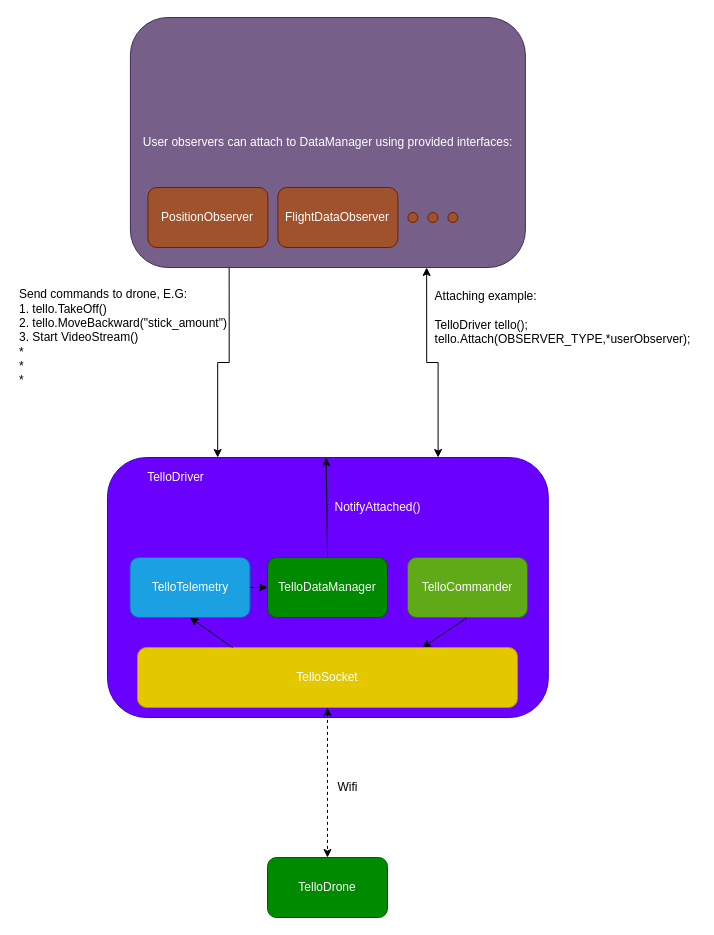
Earlier version of the draw.io diagram page "TelloDriver_USER_relation" (2 of 7) of docs/TelloDriver.drawio (GalBrandwine/tello_driver). Source tidied: cells renumbered, new cells numbered last; positions are measured from the earlier drawing's top-left corner, leaving out a move shared by most shapes. Both pictures are drawn from the tidied source at 100%, with x=0, y=0 at pixel (17, 17).
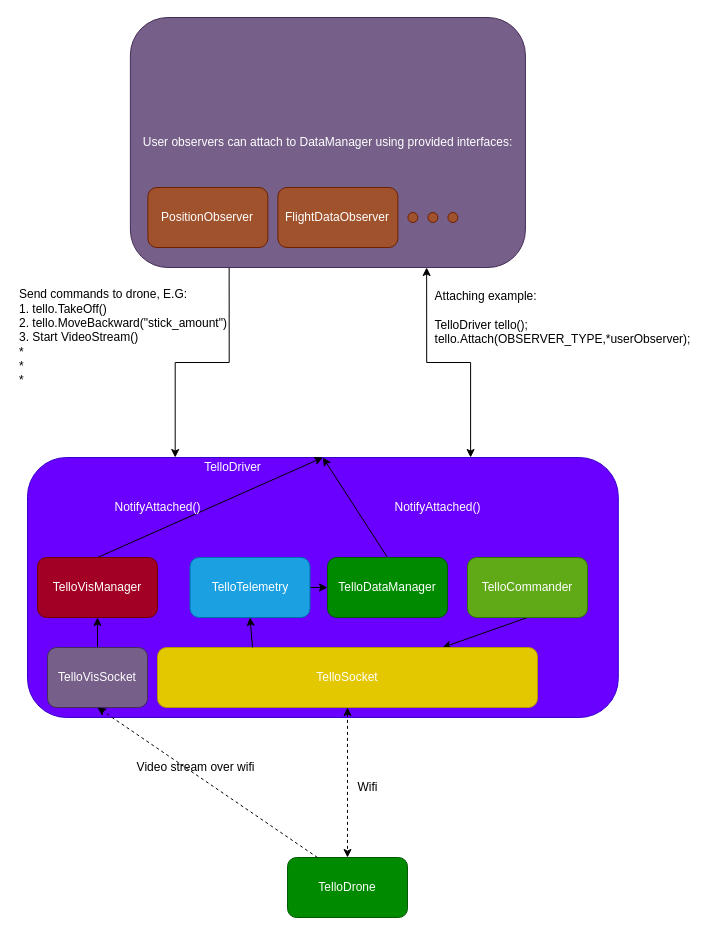
After the change.

The edit, as a diff of the source:
```diff
@@
     <mxCell id="6" style="rounded=1;whiteSpace=wrap;html=1;fillColor=#6a00ff;strokeColor=#3700CC;fontColor=#ffffff;" parent="1" vertex="1">
-      <mxGeometry x="90" y="440" width="440.8" height="260" as="geometry" />
+      <mxGeometry x="10" y="440" width="590.8" height="260" as="geometry" />
     </mxCell>
@@
-    <mxCell id="8" style="edgeStyle=none;rounded=0;jettySize=auto;html=1;exitX=0.5;exitY=0;exitDx=0;exitDy=0;align=left;" parent="1" edge="1" source="9" target="6">
+    <mxCell id="8" style="edgeStyle=none;rounded=0;jettySize=auto;html=1;exitX=0.5;exitY=0;exitDx=0;exitDy=0;align=left;entryX=0.5;entryY=0;entryDx=0;entryDy=0;" parent="1" edge="1" source="9" target="6">
       <mxGeometry relative="1" as="geometry" />
     </mxCell>
     <mxCell id="9" value="TelloDataManager" style="rounded=1;whiteSpace=wrap;html=1;fillColor=#008a00;strokeColor=#005700;fontColor=#ffffff;" parent="1" vertex="1">
-      <mxGeometry x="250" y="540" width="120" height="60" as="geometry" />
+      <mxGeometry x="310" y="540" width="120" height="60" as="geometry" />
     </mxCell>
@@
+    <mxCell id="27" style="edgeStyle=none;rounded=0;jettySize=auto;html=1;exitX=0.5;exitY=0;exitDx=0;exitDy=0;entryX=0.5;entryY=1;entryDx=0;entryDy=0;" parent="1" edge="1" source="32" target="29">
+      <mxGeometry relative="1" as="geometry" />
+    </mxCell>
     <mxCell id="18" value="TelloSocket" style="rounded=1;whiteSpace=wrap;html=1;fillColor=#e3c800;strokeColor=#B09500;fontColor=#ffffff;" parent="1" vertex="1">
-      <mxGeometry x="120" y="630" width="380" height="60" as="geometry" />
+      <mxGeometry x="140" y="630" width="380" height="60" as="geometry" />
     </mxCell>
     <mxCell id="19" value="&lt;div style=&quot;line-height: 19px&quot;&gt;TelloCommander&lt;/div&gt;" style="rounded=1;whiteSpace=wrap;html=1;fillColor=#60a917;strokeColor=#2D7600;fontColor=#ffffff;" parent="1" vertex="1">
-      <mxGeometry x="390" y="540" width="120" height="60" as="geometry" />
+      <mxGeometry x="450" y="540" width="120" height="60" as="geometry" />
     </mxCell>
@@
     <mxCell id="22" value="&lt;div style=&quot;line-height: 19px&quot;&gt;&lt;div style=&quot;line-height: 19px&quot;&gt;TelloTelemetry&lt;/div&gt;&lt;/div&gt;" style="rounded=1;whiteSpace=wrap;html=1;fillColor=#1ba1e2;strokeColor=#006EAF;fontColor=#ffffff;" parent="1" vertex="1">
-      <mxGeometry x="112.5" y="540" width="120" height="60" as="geometry" />
+      <mxGeometry x="172.5" y="540" width="120" height="60" as="geometry" />
     </mxCell>
     <mxCell id="23" value="&lt;span style=&quot;color: rgb(255 , 255 , 255)&quot;&gt;TelloDriver&lt;/span&gt;" style="text;html=1;align=center;verticalAlign=middle;" parent="1" vertex="1">
-      <mxGeometry x="122.5" y="450" width="70" height="20" as="geometry" />
+      <mxGeometry x="180" y="440" width="70" height="20" as="geometry" />
     </mxCell>
     <mxCell id="24" value="&lt;span style=&quot;color: rgb(255 , 255 , 255)&quot;&gt;NotifyAttached()&lt;br&gt;&lt;/span&gt;" style="text;html=1;align=center;verticalAlign=middle;" parent="1" vertex="1">
-      <mxGeometry x="310" y="480" width="100" height="20" as="geometry" />
+      <mxGeometry x="370" y="480" width="100" height="20" as="geometry" />
     </mxCell>
     <mxCell id="25" value="TelloDrone" style="rounded=1;whiteSpace=wrap;html=1;fillColor=#008a00;strokeColor=#005700;fontColor=#ffffff;" parent="1" vertex="1">
-      <mxGeometry x="250" y="840" width="120" height="60" as="geometry" />
+      <mxGeometry x="270" y="840" width="120" height="60" as="geometry" />
     </mxCell>
     <mxCell id="26" value="Wifi" style="text;html=1;align=center;verticalAlign=middle;" parent="1" vertex="1">
-      <mxGeometry x="310" y="760" width="40" height="20" as="geometry" />
+      <mxGeometry x="330" y="760" width="40" height="20" as="geometry" />
     </mxCell>
+    <mxCell id="28" style="edgeStyle=none;rounded=0;jettySize=auto;html=1;exitX=0.5;exitY=0;exitDx=0;exitDy=0;entryX=0.5;entryY=0;entryDx=0;entryDy=0;" parent="1" edge="1" source="29" target="6">
+      <mxGeometry relative="1" as="geometry" />
+    </mxCell>
+    <mxCell id="29" value="TelloVisManager" style="rounded=1;whiteSpace=wrap;html=1;fillColor=#a20025;strokeColor=#6F0000;fontColor=#ffffff;" parent="1" vertex="1">
+      <mxGeometry x="20" y="540" width="120" height="60" as="geometry" />
+    </mxCell>
+    <mxCell id="30" value="&lt;span style=&quot;color: rgb(255 , 255 , 255)&quot;&gt;NotifyAttached()&lt;br&gt;&lt;/span&gt;" style="text;html=1;align=center;verticalAlign=middle;" parent="1" vertex="1">
+      <mxGeometry x="90" y="480" width="100" height="20" as="geometry" />
+    </mxCell>
+    <mxCell id="31" style="rounded=0;jettySize=auto;html=1;exitX=0.25;exitY=0;exitDx=0;exitDy=0;entryX=0.5;entryY=1;entryDx=0;entryDy=0;dashed=1;" parent="1" edge="1" source="25" target="32">
+      <mxGeometry relative="1" as="geometry" />
+    </mxCell>
+    <mxCell id="32" value="TelloVisSocket" style="rounded=1;whiteSpace=wrap;html=1;fillColor=#76608a;strokeColor=#432D57;fontColor=#ffffff;" parent="1" vertex="1">
+      <mxGeometry x="30" y="630" width="100" height="60" as="geometry" />
+    </mxCell>
+    <mxCell id="33" value="Video stream over wifi" style="text;html=1;align=center;verticalAlign=middle;" parent="1" vertex="1">
+      <mxGeometry x="112.9" y="740" width="130" height="20" as="geometry" />
+    </mxCell>
```
